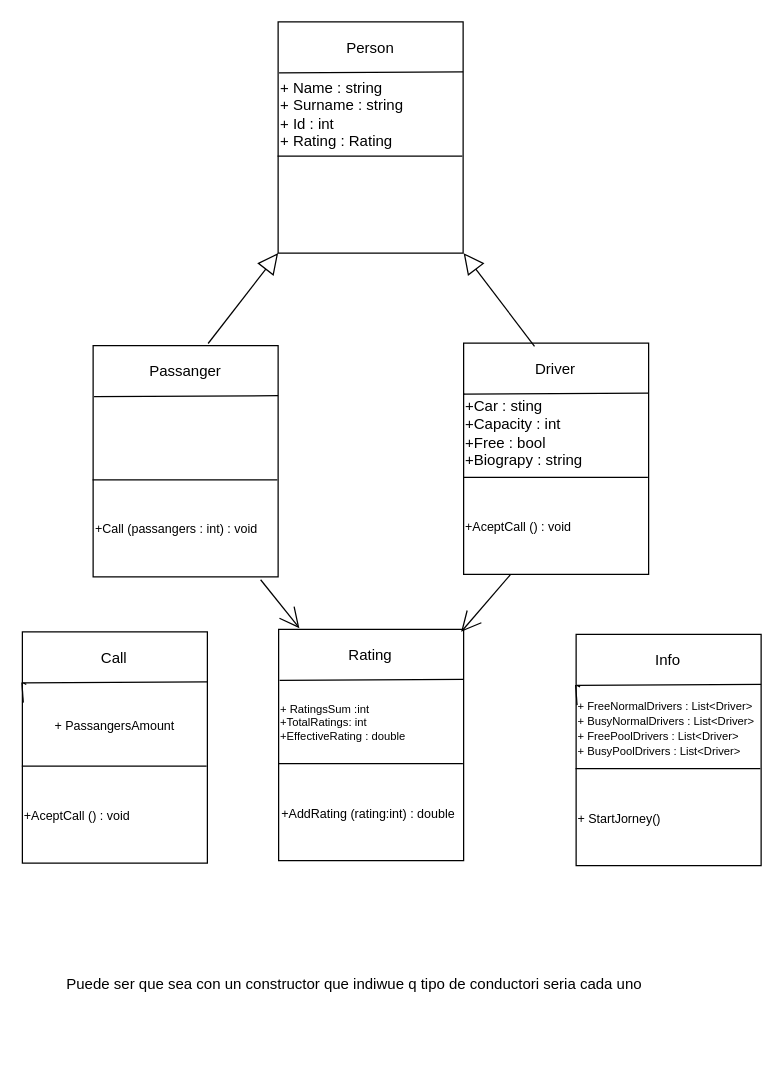
Earlier version of the draw.io diagram DiagramasUml.drawio (bugarin03/PII_TwitterApi). Source tidied: cells renumbered, new cells numbered last; positions are measured from the earlier drawing's top-left corner, leaving out a move shared by most shapes. Both pictures are drawn from the tidied source at 125%, with x=0, y=0 at pixel (21, 21).
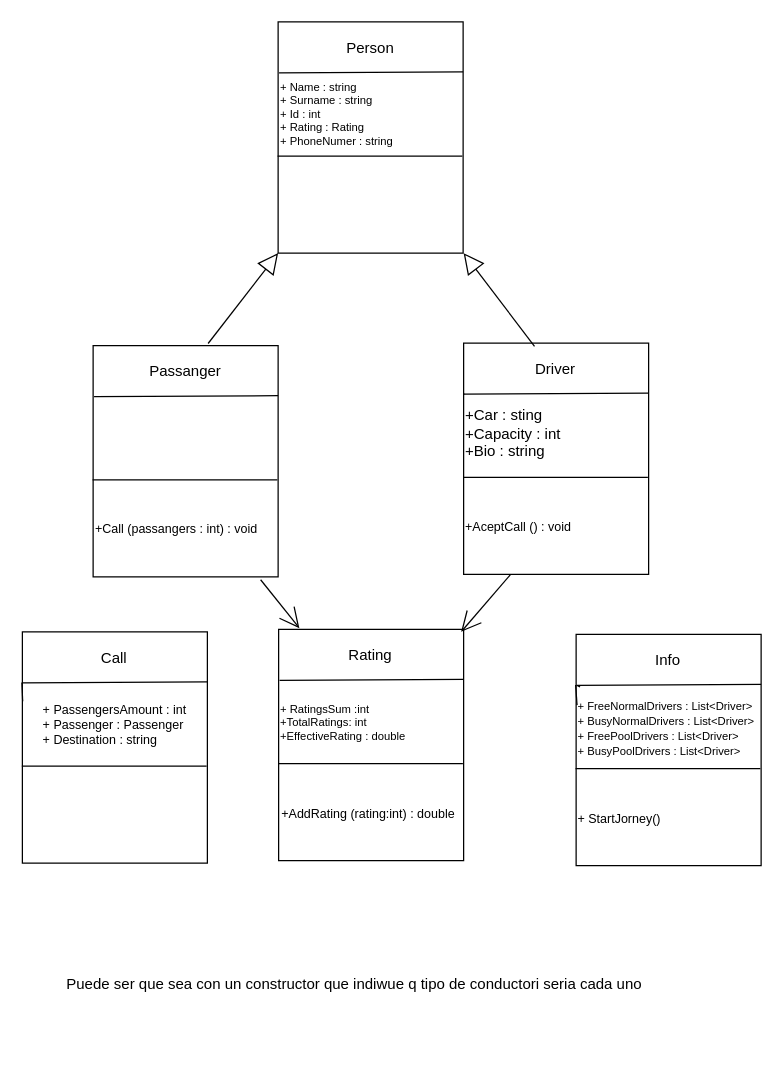
The same diagram, later.

Diff of the diagram source:
```diff
@@
-    <mxCell id="17" value="&lt;div style=&quot;&quot;&gt;&lt;span style=&quot;background-color: initial;&quot;&gt;+ Name : string&lt;/span&gt;&lt;/div&gt;&lt;div style=&quot;&quot;&gt;&lt;span style=&quot;background-color: initial;&quot;&gt;+ Surname : string&lt;/span&gt;&lt;/div&gt;&lt;div style=&quot;&quot;&gt;&lt;span style=&quot;background-color: initial;&quot;&gt;+ Id : int&lt;/span&gt;&lt;/div&gt;&lt;div style=&quot;&quot;&gt;&lt;span style=&quot;background-color: initial;&quot;&gt;+ Rating : Rating&lt;/span&gt;&lt;/div&gt;" style="text;html=1;strokeColor=none;fillColor=none;align=left;verticalAlign=middle;whiteSpace=wrap;rounded=0;" parent="1" vertex="1">
+    <mxCell id="17" value="&lt;div style=&quot;font-size: 9px&quot;&gt;&lt;font style=&quot;font-size: 9px&quot;&gt;+ Name : string&lt;/font&gt;&lt;/div&gt;&lt;div style=&quot;font-size: 9px&quot;&gt;&lt;span&gt;&lt;font style=&quot;font-size: 9px&quot;&gt;+ Surname : string&lt;/font&gt;&lt;/span&gt;&lt;/div&gt;&lt;div style=&quot;font-size: 9px&quot;&gt;&lt;span&gt;&lt;font style=&quot;font-size: 9px&quot;&gt;+ Id : int&lt;/font&gt;&lt;/span&gt;&lt;/div&gt;&lt;div style=&quot;font-size: 9px&quot;&gt;&lt;span&gt;&lt;font style=&quot;font-size: 9px&quot;&gt;+ Rating : Rating&lt;/font&gt;&lt;/span&gt;&lt;/div&gt;&lt;div style=&quot;font-size: 9px&quot;&gt;&lt;font style=&quot;font-size: 9px&quot;&gt;+ PhoneNumer : string&lt;/font&gt;&lt;/div&gt;" style="text;html=1;strokeColor=none;fillColor=none;align=left;verticalAlign=middle;whiteSpace=wrap;rounded=0;" parent="1" vertex="1">
       <mxGeometry x="205" y="41" width="148" height="66" as="geometry" />
     </mxCell>
@@
-    <mxCell id="22" value="&lt;div style=&quot;&quot;&gt;&lt;br&gt;&lt;/div&gt;&lt;div style=&quot;&quot;&gt;&lt;br&gt;&lt;/div&gt;&lt;div style=&quot;&quot;&gt;+Car : sting&amp;nbsp;&lt;/div&gt;&lt;div style=&quot;&quot;&gt;+Capacity : int&lt;/div&gt;&lt;div style=&quot;&quot;&gt;+Free : bool&amp;nbsp;&lt;/div&gt;&lt;div style=&quot;&quot;&gt;+Biograpy : string&lt;/div&gt;&lt;div style=&quot;&quot;&gt;&lt;br&gt;&lt;/div&gt;" style="text;html=1;strokeColor=none;fillColor=none;align=left;verticalAlign=middle;whiteSpace=wrap;rounded=0;" parent="1" vertex="1">
+    <mxCell id="22" value="&lt;div&gt;&lt;br&gt;&lt;/div&gt;&lt;div&gt;&lt;br&gt;&lt;/div&gt;&lt;div&gt;+Car : sting&amp;nbsp;&lt;/div&gt;&lt;div&gt;+Capacity : int&lt;/div&gt;&lt;div&gt;+Bio : string&lt;/div&gt;&lt;div&gt;&lt;br&gt;&lt;/div&gt;" style="text;html=1;strokeColor=none;fillColor=none;align=left;verticalAlign=middle;whiteSpace=wrap;rounded=0;" parent="1" vertex="1">
       <mxGeometry x="353" y="279" width="148.4" height="85" as="geometry" />
     </mxCell>
@@
-    <mxCell id="43" value="&lt;div style=&quot;&quot;&gt;&lt;font style=&quot;font-size: 10px;&quot;&gt;+AceptCall () : void&amp;nbsp;&lt;/font&gt;&lt;/div&gt;" style="text;html=1;strokeColor=none;fillColor=none;align=left;verticalAlign=middle;whiteSpace=wrap;rounded=0;" parent="1" vertex="1">
-      <mxGeometry y="597" width="148.4" height="76" as="geometry" />
-    </mxCell>
-    <mxCell id="44" value="+ PassangersAmount" style="text;html=1;strokeColor=none;fillColor=none;align=center;verticalAlign=middle;whiteSpace=wrap;rounded=0;fontSize=10;" parent="1" vertex="1">
-      <mxGeometry x="0.4" y="530" width="148.6" height="66" as="geometry" />
+    <mxCell id="44" value="&lt;div style=&quot;text-align: left&quot;&gt;&lt;span&gt;+ PassengersAmount : int&lt;/span&gt;&lt;/div&gt;&lt;div style=&quot;text-align: left&quot;&gt;&lt;span&gt;+ Passenger : Passenger&lt;/span&gt;&lt;/div&gt;&lt;div style=&quot;text-align: left&quot;&gt;&lt;span&gt;+ Destination : string&lt;/span&gt;&lt;/div&gt;" style="text;html=1;strokeColor=none;fillColor=none;align=center;verticalAlign=middle;whiteSpace=wrap;rounded=0;fontSize=10;" parent="1" vertex="1">
+      <mxGeometry x="-0.1" y="529" width="148.6" height="66" as="geometry" />
     </mxCell>
```
